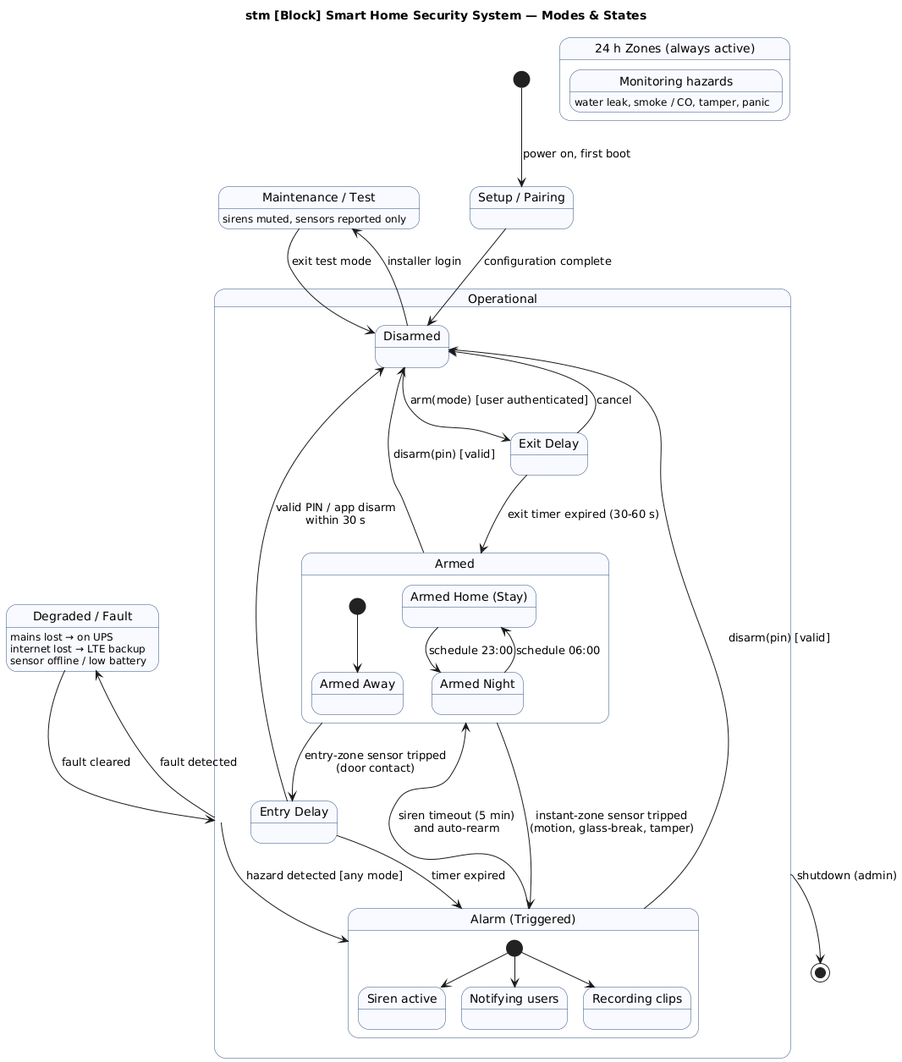
Before: 01-SysRS/images/05_state_machine.png, a diagram exported from PlantUML (amerghazal7/cd13413-systems-engineering-project).
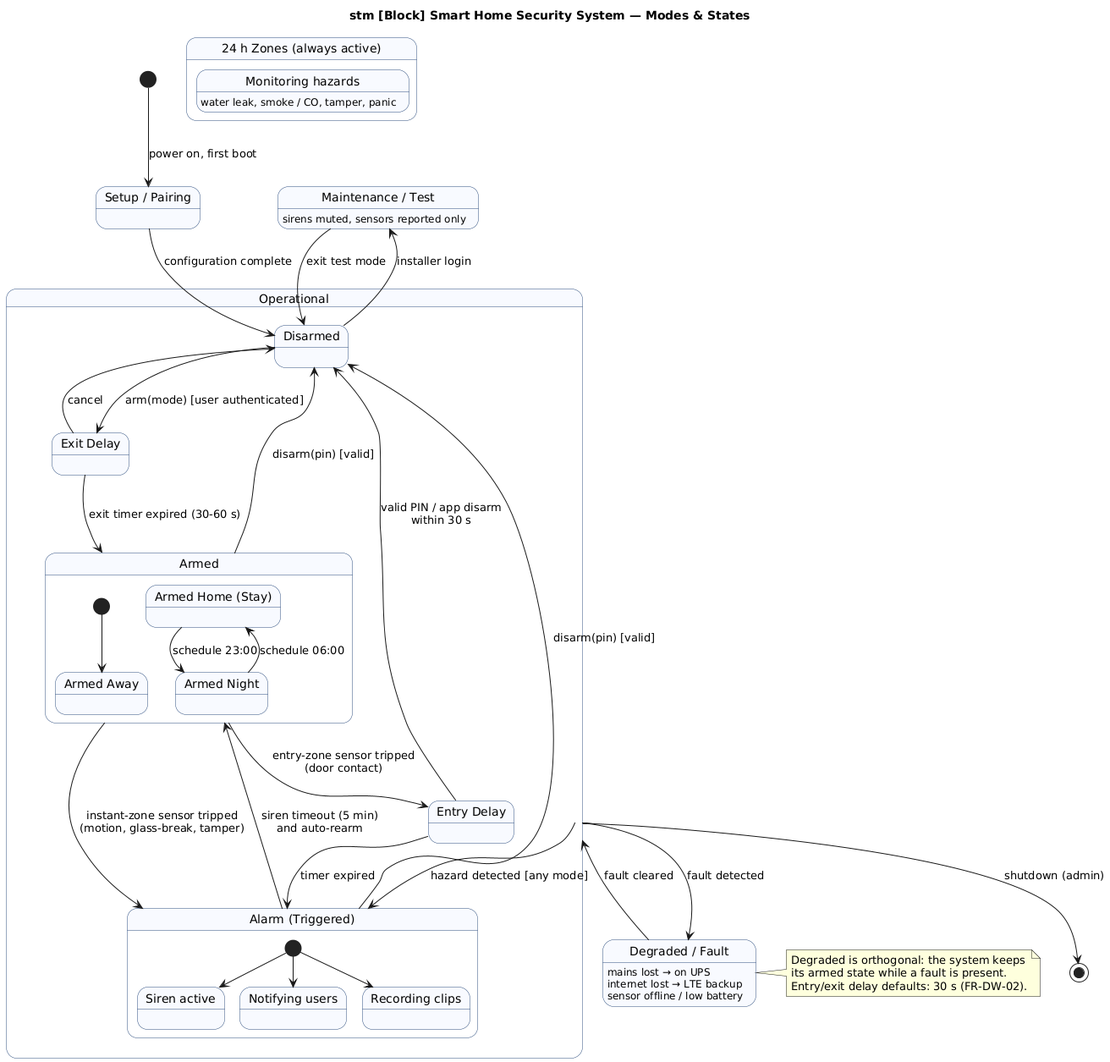
Later version of the same file.

Diff of the diagram source:
```diff
@@ -58,4 +58,9 @@
 Disarmed --> Maint : installer login
 Maint --> Disarmed : exit test mode
 Op --> [*] : shutdown (admin)
+note right of Fault
+  Degraded is orthogonal: the system keeps
+  its armed state while a fault is present.
+  Entry/exit delay defaults: 30 s (FR-DW-02).
+end note
 @enduml
```
